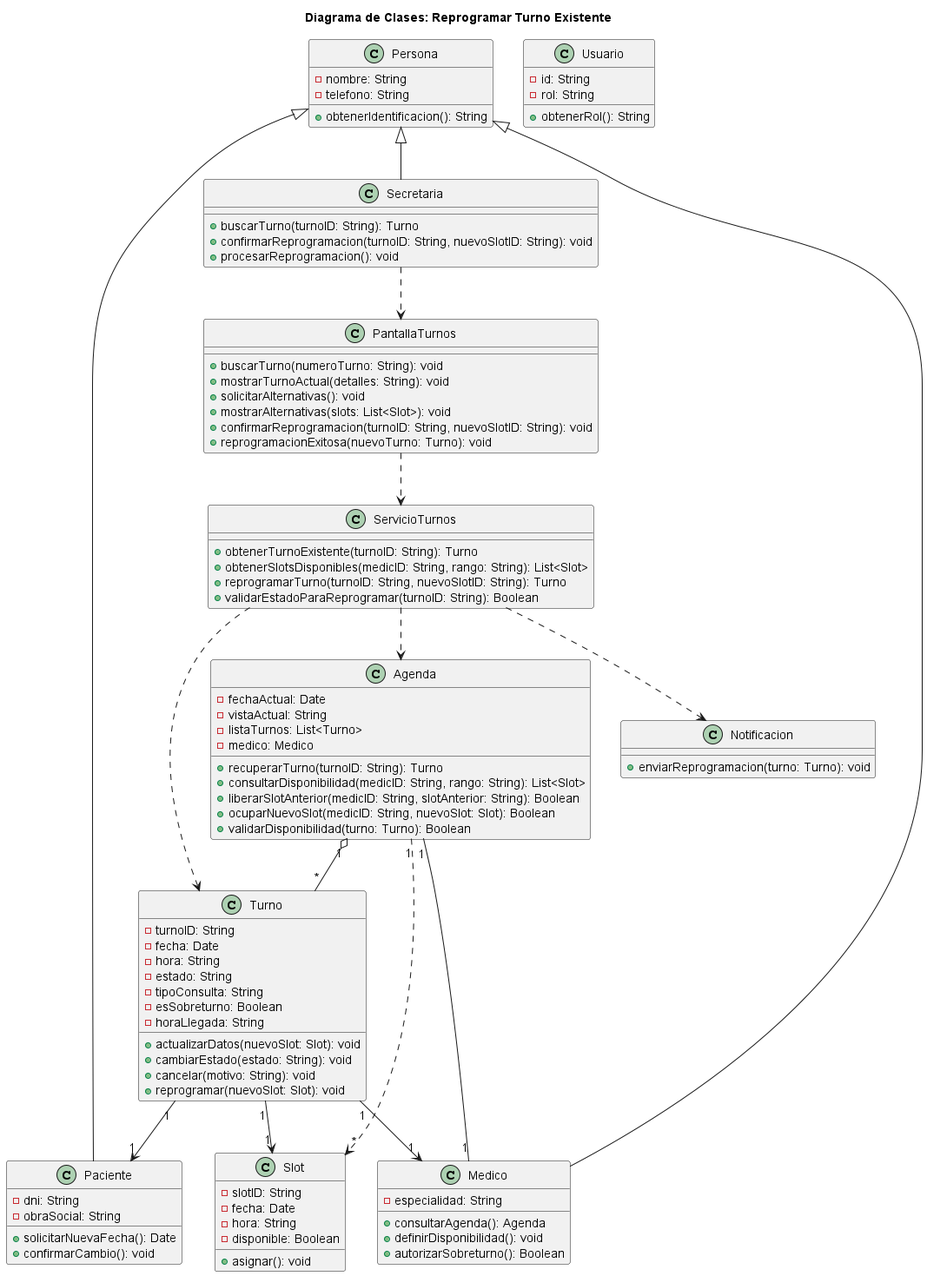
The PlantUML diagram diagramas/01-diagrama-clases/02-clases-reprogramar-turno-02.png in Purezaamor/SistemaTurnosMedicos, before a commit.
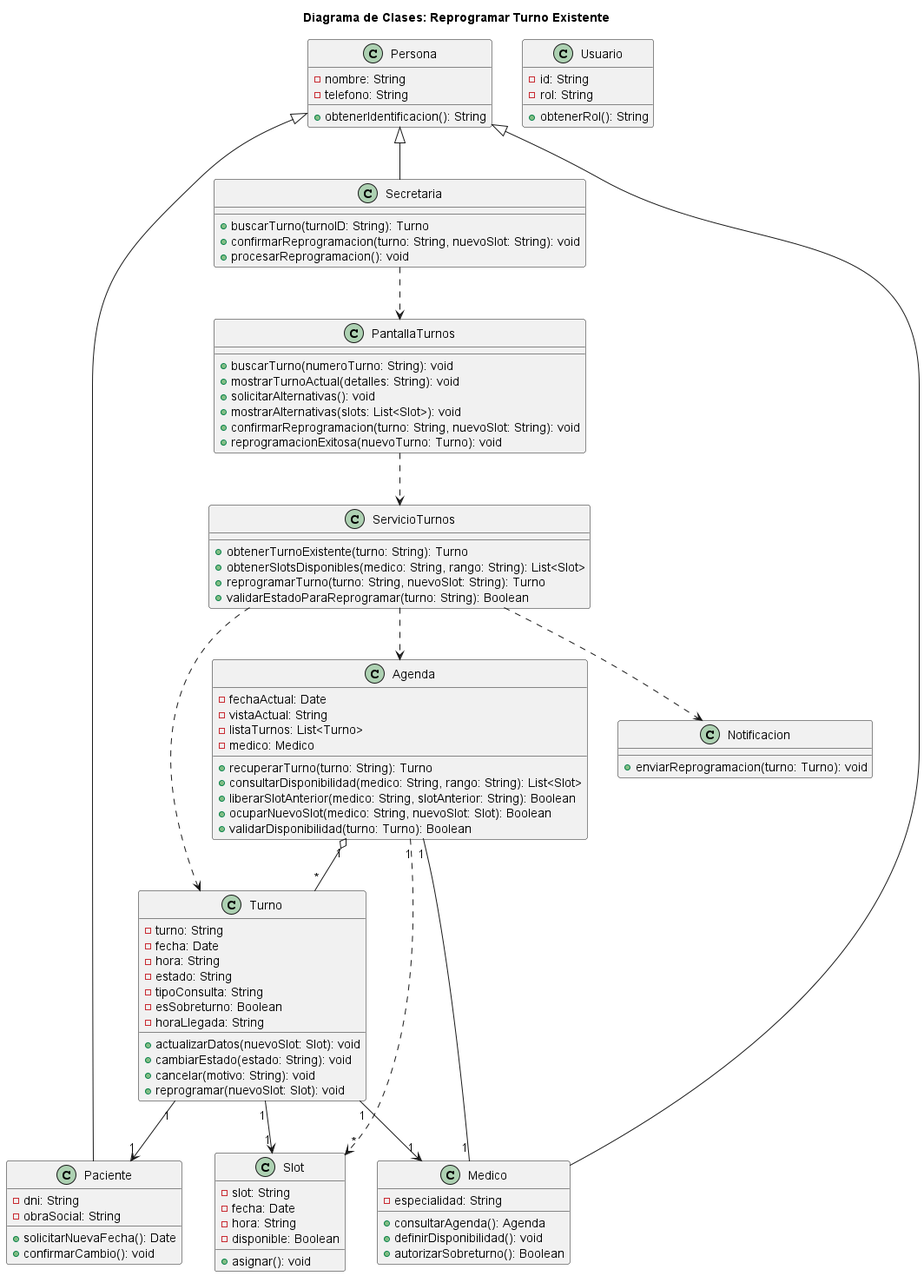
After the commit.

What changed in the source:
```diff
@@ -22,7 +22,7 @@
 
 class Secretaria {
     + buscarTurno(turnoID: String): Turno
-    + confirmarReprogramacion(turnoID: String, nuevoSlotID: String): void
+    + confirmarReprogramacion(turno: String, nuevoSlot: String): void
     + procesarReprogramacion(): void
 }
 
@@ -38,15 +38,15 @@
     - vistaActual: String
     - listaTurnos: List<Turno>
     - medico: Medico
-    + recuperarTurno(turnoID: String): Turno
-    + consultarDisponibilidad(medicID: String, rango: String): List<Slot>
-    + liberarSlotAnterior(medicID: String, slotAnterior: String): Boolean
-    + ocuparNuevoSlot(medicID: String, nuevoSlot: Slot): Boolean
+    + recuperarTurno(turno: String): Turno
+    + consultarDisponibilidad(medico: String, rango: String): List<Slot>
+    + liberarSlotAnterior(medico: String, slotAnterior: String): Boolean
+    + ocuparNuevoSlot(medico: String, nuevoSlot: Slot): Boolean
     + validarDisponibilidad(turno: Turno): Boolean
 }
 
 class Turno {
-    - turnoID: String
+    - turno: String
     - fecha: Date
     - hora: String
     - estado: String
@@ -60,7 +60,7 @@
 }
 
 class Slot {
-    - slotID: String
+    - slot: String
     - fecha: Date
     - hora: String
     - disponible: Boolean
@@ -68,10 +68,10 @@
 }
 
 class ServicioTurnos {
-    + obtenerTurnoExistente(turnoID: String): Turno
-    + obtenerSlotsDisponibles(medicID: String, rango: String): List<Slot>
-    + reprogramarTurno(turnoID: String, nuevoSlotID: String): Turno
-    + validarEstadoParaReprogramar(turnoID: String): Boolean
+    + obtenerTurnoExistente(turno: String): Turno
+    + obtenerSlotsDisponibles(medico: String, rango: String): List<Slot>
+    + reprogramarTurno(turno: String, nuevoSlot: String): Turno
+    + validarEstadoParaReprogramar(turno: String): Boolean
 }
 
 class PantallaTurnos {
@@ -79,7 +79,7 @@
     + mostrarTurnoActual(detalles: String): void
     + solicitarAlternativas(): void
     + mostrarAlternativas(slots: List<Slot>): void
-    + confirmarReprogramacion(turnoID: String, nuevoSlotID: String): void
+    + confirmarReprogramacion(turno: String, nuevoSlot: String): void
     + reprogramacionExitosa(nuevoTurno: Turno): void
 }
 
```
